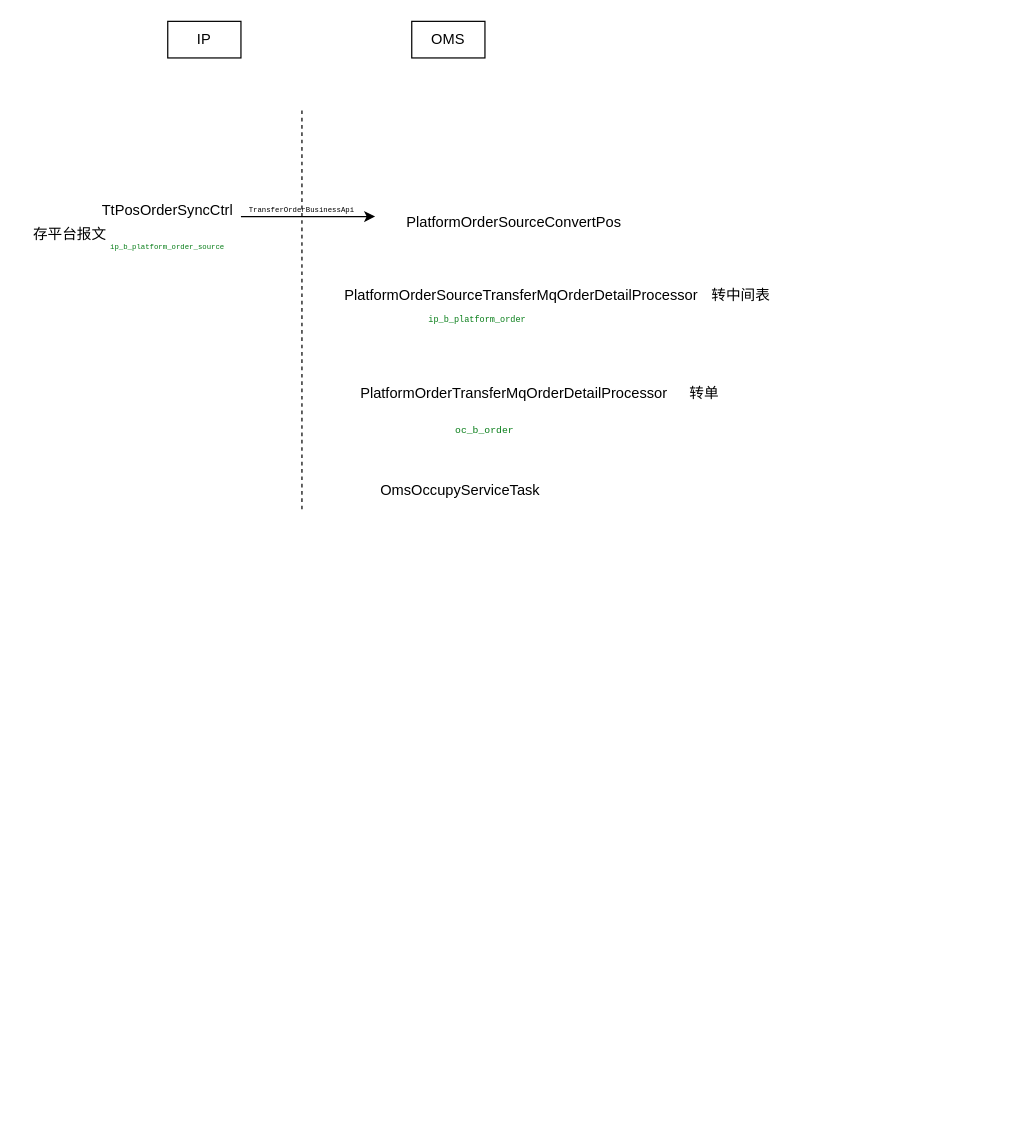
The draw.io diagram VF/roa_o2o/order_flow.drawio in yeahsyoung/diagram, before the edit. Source tidied: cells renumbered, new cells numbered last; positions are measured from the earlier drawing's top-left corner, leaving out a move shared by most shapes. Both pictures are drawn from the tidied source at 122%, with x=0, y=0 at pixel (21, 21).
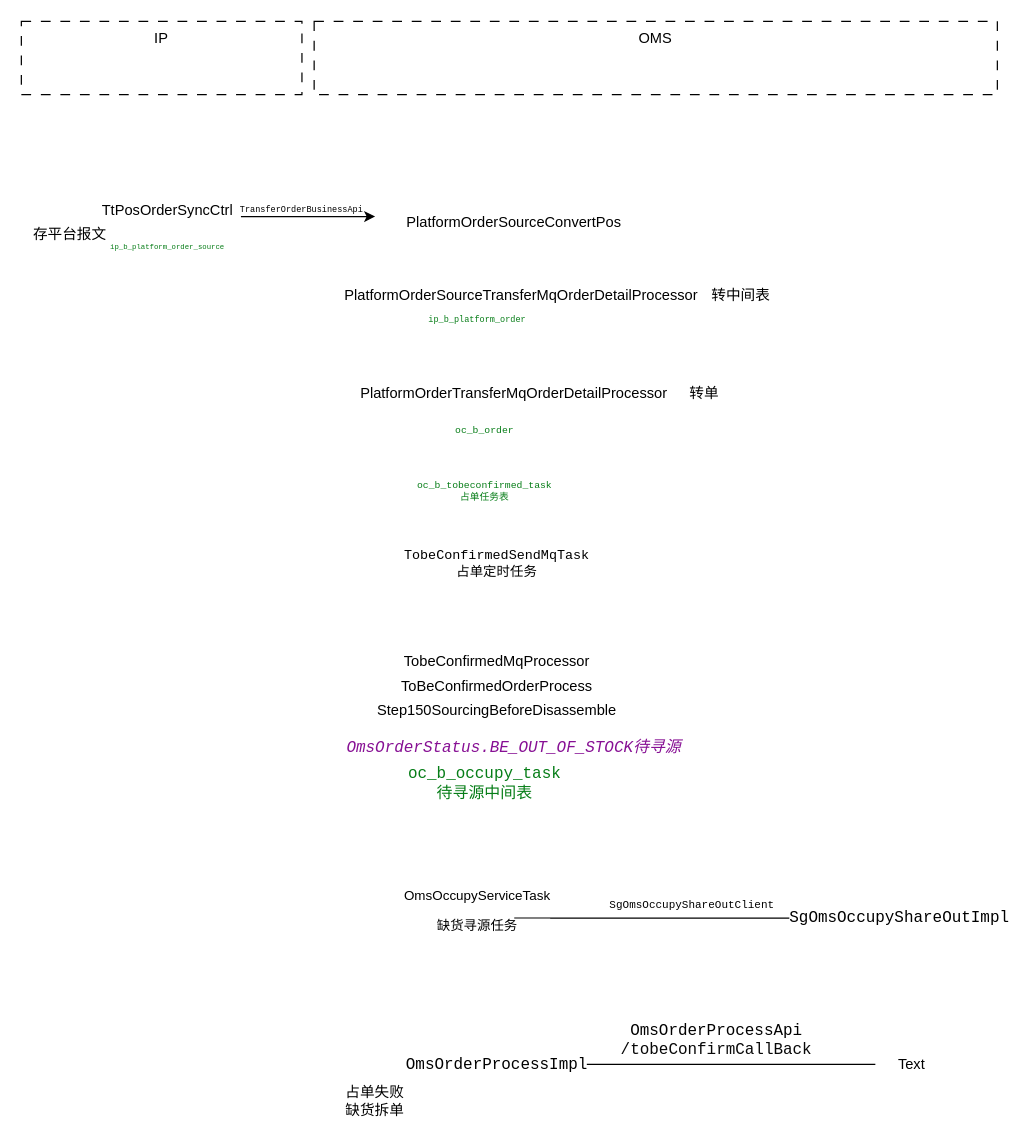
The same page after the edit.

Diff of the diagram source:
```diff
@@
+    <mxCell id="10" value="OMS" style="text;html=1;whiteSpace=wrap;strokeColor=default;fillColor=none;align=center;verticalAlign=top;rounded=0;dashed=1;dashPattern=8 8;" parent="1" vertex="1">
+      <mxGeometry x="240" width="560" height="60" as="geometry" />
+    </mxCell>
+    <mxCell id="9" value="IP" style="text;html=1;whiteSpace=wrap;align=center;verticalAlign=top;rounded=0;dashed=1;strokeColor=default;dashPattern=8 8;" parent="1" vertex="1">
+      <mxGeometry width="230" height="60" as="geometry" />
+    </mxCell>
@@
-    <mxCell id="7" value="&lt;div style=&quot;background-color:#ffffff;color:#080808&quot;&gt;&lt;pre style=&quot;font-family: &amp;quot;JetBrains Mono&amp;quot;, monospace;&quot;&gt;&lt;span style=&quot;color:#000000;&quot;&gt;TransferOrderBusinessApi&lt;/span&gt;&lt;/pre&gt;&lt;/div&gt;" style="text;html=1;whiteSpace=wrap;align=center;verticalAlign=middle;rounded=0;fontSize=6;" parent="1" vertex="1">
+    <mxCell id="7" value="&lt;div style=&quot;background-color:#ffffff;color:#080808&quot;&gt;&lt;pre style=&quot;font-family: &amp;quot;JetBrains Mono&amp;quot;, monospace;&quot;&gt;&lt;span style=&quot;color:#000000;&quot;&gt;TransferOrderBusinessApi&lt;/span&gt;&lt;/pre&gt;&lt;/div&gt;" style="text;html=1;whiteSpace=wrap;align=center;verticalAlign=middle;rounded=0;fontSize=7;" parent="1" vertex="1">
       <mxGeometry x="200" y="140" width="60" height="30" as="geometry" />
     </mxCell>
-    <mxCell id="8" style="endArrow=none;dashed=1;html=1;rounded=0;" parent="1" edge="1">
-      <mxGeometry relative="1" as="geometry">
-        <mxPoint x="230" y="400" as="sourcePoint" />
-        <mxPoint x="230" y="70" as="targetPoint" />
-      </mxGeometry>
-    </mxCell>
-    <mxCell id="9" value="IP" style="text;html=1;whiteSpace=wrap;align=center;verticalAlign=middle;rounded=0;strokeColor=default;" parent="1" vertex="1">
-      <mxGeometry x="120" width="60" height="30" as="geometry" />
-    </mxCell>
-    <mxCell id="10" value="OMS" style="text;html=1;whiteSpace=wrap;strokeColor=default;fillColor=none;align=center;verticalAlign=middle;rounded=0;" parent="1" vertex="1">
-      <mxGeometry x="320" width="60" height="30" as="geometry" />
-    </mxCell>
@@
+    <mxCell id="18" style="edgeStyle=orthogonalEdgeStyle;rounded=0;jettySize=auto;html=1;exitX=1;exitY=0.5;exitDx=0;exitDy=0;" parent="1" edge="1" source="17" target="26">
+      <mxGeometry relative="1" as="geometry" />
+    </mxCell>
-    <mxCell id="17" value="OmsOccupyServiceTask" style="text;html=1;whiteSpace=wrap;strokeColor=none;fillColor=none;align=center;verticalAlign=middle;rounded=0;" parent="1" vertex="1">
-      <mxGeometry x="330" y="370" width="60" height="30" as="geometry" />
+    <mxCell id="17" value="OmsOccupyServiceTask&lt;div&gt;&lt;div style=&quot;background-color: rgb(255, 255, 255);&quot;&gt;&lt;pre style=&quot;font-family: Menlo-Regular, monospace;&quot;&gt;&lt;font style=&quot;color: rgb(0, 0, 0);&quot;&gt;缺货寻源任务&lt;/font&gt;&lt;/pre&gt;&lt;/div&gt;&lt;/div&gt;" style="text;html=1;whiteSpace=wrap;strokeColor=none;fillColor=none;align=center;verticalAlign=middle;rounded=0;fontSize=11;" parent="1" vertex="1">
+      <mxGeometry x="344" y="720" width="60" height="30" as="geometry" />
     </mxCell>
+    <mxCell id="19" value="&lt;div style=&quot;background-color: rgb(255, 255, 255); color: rgb(8, 8, 8);&quot;&gt;&lt;pre style=&quot;font-family: &amp;quot;JetBrains Mono&amp;quot;, monospace;&quot;&gt;&lt;span style=&quot;color: rgb(6, 125, 23);&quot;&gt;oc_b_tobeconfirmed_task&lt;br&gt;占单任务表&lt;/span&gt;&lt;/pre&gt;&lt;/div&gt;" style="text;html=1;whiteSpace=wrap;strokeColor=none;fillColor=none;align=center;verticalAlign=middle;rounded=0;fontSize=8;" parent="1" vertex="1">
+      <mxGeometry x="350" y="370" width="60" height="30" as="geometry" />
+    </mxCell>
+    <mxCell id="20" value="&lt;div style=&quot;background-color: rgb(255, 255, 255); color: rgb(8, 8, 8);&quot;&gt;&lt;pre style=&quot;font-family: &amp;quot;JetBrains Mono&amp;quot;, monospace;&quot;&gt;&lt;span style=&quot;color: rgb(0, 0, 0);&quot;&gt;TobeConfirmedSendMqTask&lt;br&gt;占单定时任务&lt;/span&gt;&lt;/pre&gt;&lt;/div&gt;" style="text;html=1;whiteSpace=wrap;strokeColor=none;fillColor=none;align=center;verticalAlign=middle;rounded=0;fontSize=11;" parent="1" vertex="1">
+      <mxGeometry x="360" y="430" width="60" height="30" as="geometry" />
+    </mxCell>
+    <mxCell id="21" value="TobeConfirmedMqProcessor" style="text;html=1;whiteSpace=wrap;strokeColor=none;fillColor=none;align=center;verticalAlign=middle;rounded=0;" parent="1" vertex="1">
+      <mxGeometry x="360" y="510" width="60" height="30" as="geometry" />
+    </mxCell>
+    <mxCell id="22" value="ToBeConfirmedOrderProcess" style="text;html=1;whiteSpace=wrap;strokeColor=none;fillColor=none;align=center;verticalAlign=middle;rounded=0;" parent="1" vertex="1">
+      <mxGeometry x="360" y="530" width="60" height="30" as="geometry" />
+    </mxCell>
+    <mxCell id="23" value="Step150SourcingBeforeDisassemble" style="text;html=1;whiteSpace=wrap;strokeColor=none;fillColor=none;align=center;verticalAlign=middle;rounded=0;" parent="1" vertex="1">
+      <mxGeometry x="360" y="550" width="60" height="30" as="geometry" />
+    </mxCell>
+    <mxCell id="24" value="&lt;div style=&quot;background-color: rgb(255, 255, 255); color: rgb(8, 8, 8);&quot;&gt;&lt;pre style=&quot;font-family:'JetBrains Mono',monospace;font-size:9.8pt;&quot;&gt;&lt;span style=&quot;color: rgb(135, 16, 148); font-style: italic;&quot;&gt;OmsOrderStatus.BE_OUT_OF_STOCK待寻源&lt;/span&gt;&lt;/pre&gt;&lt;/div&gt;" style="text;html=1;whiteSpace=wrap;strokeColor=none;fillColor=none;align=center;verticalAlign=middle;rounded=0;" parent="1" vertex="1">
+      <mxGeometry x="374" y="580" width="60" height="30" as="geometry" />
+    </mxCell>
+    <mxCell id="25" value="&lt;div style=&quot;background-color:#ffffff;color:#080808&quot;&gt;&lt;pre style=&quot;font-family:'JetBrains Mono',monospace;font-size:9.8pt;&quot;&gt;&lt;span style=&quot;color:#067d17;&quot;&gt;oc_b_occupy_task&lt;br&gt;待寻源中间表&lt;/span&gt;&lt;/pre&gt;&lt;/div&gt;" style="text;html=1;whiteSpace=wrap;strokeColor=none;fillColor=none;align=center;verticalAlign=middle;rounded=0;" parent="1" vertex="1">
+      <mxGeometry x="350" y="610" width="60" height="30" as="geometry" />
+    </mxCell>
+    <mxCell id="26" value="&lt;div style=&quot;background-color:#ffffff;color:#080808&quot;&gt;&lt;pre style=&quot;font-family:'JetBrains Mono',monospace;font-size:9.8pt;&quot;&gt;&lt;span style=&quot;color:#000000;&quot;&gt;SgOmsOccupyShareOutImpl&lt;/span&gt;&lt;/pre&gt;&lt;/div&gt;" style="text;html=1;whiteSpace=wrap;strokeColor=none;fillColor=none;align=center;verticalAlign=middle;rounded=0;" parent="1" vertex="1">
+      <mxGeometry x="690" y="720" width="60" height="30" as="geometry" />
+    </mxCell>
+    <mxCell id="27" value="&lt;div style=&quot;background-color: rgb(255, 255, 255); color: rgb(8, 8, 8);&quot;&gt;&lt;pre style=&quot;font-family: &amp;quot;JetBrains Mono&amp;quot;, monospace;&quot;&gt;&lt;div&gt;&lt;pre style=&quot;font-family: &amp;quot;JetBrains Mono&amp;quot;, monospace;&quot;&gt;&lt;span style=&quot;color:#000000;&quot;&gt;SgOmsOccupyShareOutClient&lt;/span&gt;&lt;/pre&gt;&lt;/div&gt;&lt;/pre&gt;&lt;/div&gt;" style="text;html=1;whiteSpace=wrap;strokeColor=none;fillColor=none;align=center;verticalAlign=middle;rounded=0;fontSize=9;" parent="1" vertex="1">
+      <mxGeometry x="520" y="710" width="60" height="30" as="geometry" />
+    </mxCell>
+    <mxCell id="28" style="edgeStyle=orthogonalEdgeStyle;rounded=0;jettySize=auto;html=1;exitX=0;exitY=0.5;exitDx=0;exitDy=0;entryX=1;entryY=0.5;entryDx=0;entryDy=0;" parent="1" edge="1" source="29" target="31">
+      <mxGeometry relative="1" as="geometry" />
+    </mxCell>
+    <mxCell id="29" value="Text" style="text;html=1;whiteSpace=wrap;strokeColor=none;fillColor=none;align=center;verticalAlign=middle;rounded=0;" parent="1" vertex="1">
+      <mxGeometry x="700" y="840" width="60" height="30" as="geometry" />
+    </mxCell>
+    <mxCell id="30" value="&lt;div style=&quot;background-color: rgb(255, 255, 255); color: rgb(8, 8, 8);&quot;&gt;&lt;pre style=&quot;font-family:'JetBrains Mono',monospace;font-size:9.8pt;&quot;&gt;&lt;span style=&quot;color: rgb(0, 0, 0);&quot;&gt;OmsOrderProcessApi&lt;br&gt;&lt;/span&gt;/tobeConfirmCallBack&lt;/pre&gt;&lt;/div&gt;" style="text;html=1;whiteSpace=wrap;strokeColor=none;fillColor=none;align=center;verticalAlign=middle;rounded=0;" parent="1" vertex="1">
+      <mxGeometry x="540" y="820" width="60" height="30" as="geometry" />
+    </mxCell>
+    <mxCell id="31" value="&lt;div style=&quot;background-color:#ffffff;color:#080808&quot;&gt;&lt;pre style=&quot;font-family:'JetBrains Mono',monospace;font-size:9.8pt;&quot;&gt;&lt;span style=&quot;color:#000000;&quot;&gt;OmsOrderProcessImpl&lt;/span&gt;&lt;/pre&gt;&lt;/div&gt;" style="text;html=1;whiteSpace=wrap;strokeColor=none;fillColor=none;align=center;verticalAlign=middle;rounded=0;" parent="1" vertex="1">
+      <mxGeometry x="360" y="840" width="60" height="30" as="geometry" />
+    </mxCell>
+    <mxCell id="32" value="占单失败&lt;div&gt;缺货拆单&lt;/div&gt;" style="text;html=1;whiteSpace=wrap;strokeColor=none;fillColor=none;align=center;verticalAlign=middle;rounded=0;" parent="1" vertex="1">
+      <mxGeometry x="260" y="870" width="60" height="30" as="geometry" />
+    </mxCell>
```
